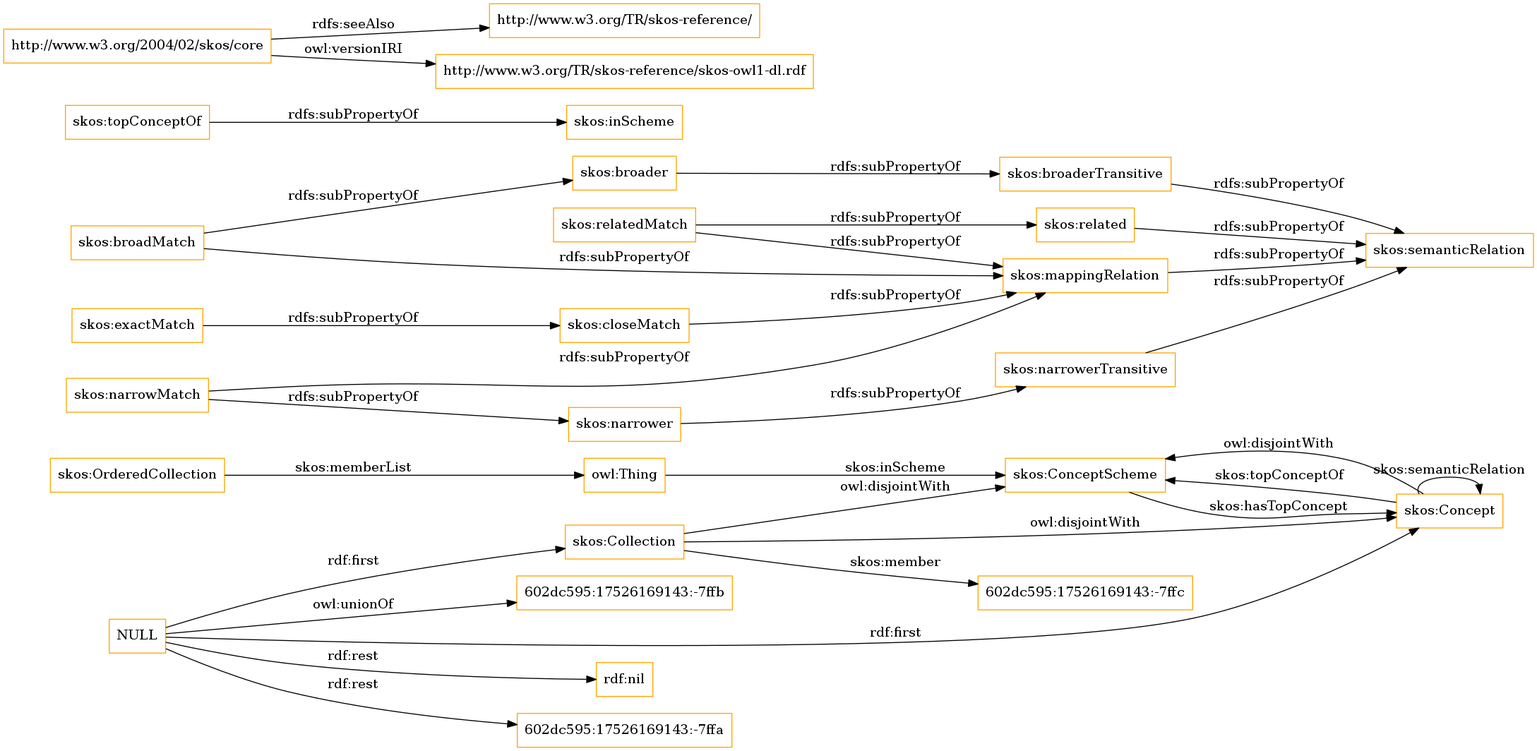
The Graphviz diagram OnToology/imports/skos.owl/diagrams/ar2dtool-class/skos.owl.png in OnToologyUser/core-ontology-1, before a commit. Its source is kept beside it as OnToology/imports/skos.owl/diagrams/ar2dtool-class/skos.owl.png.dot.
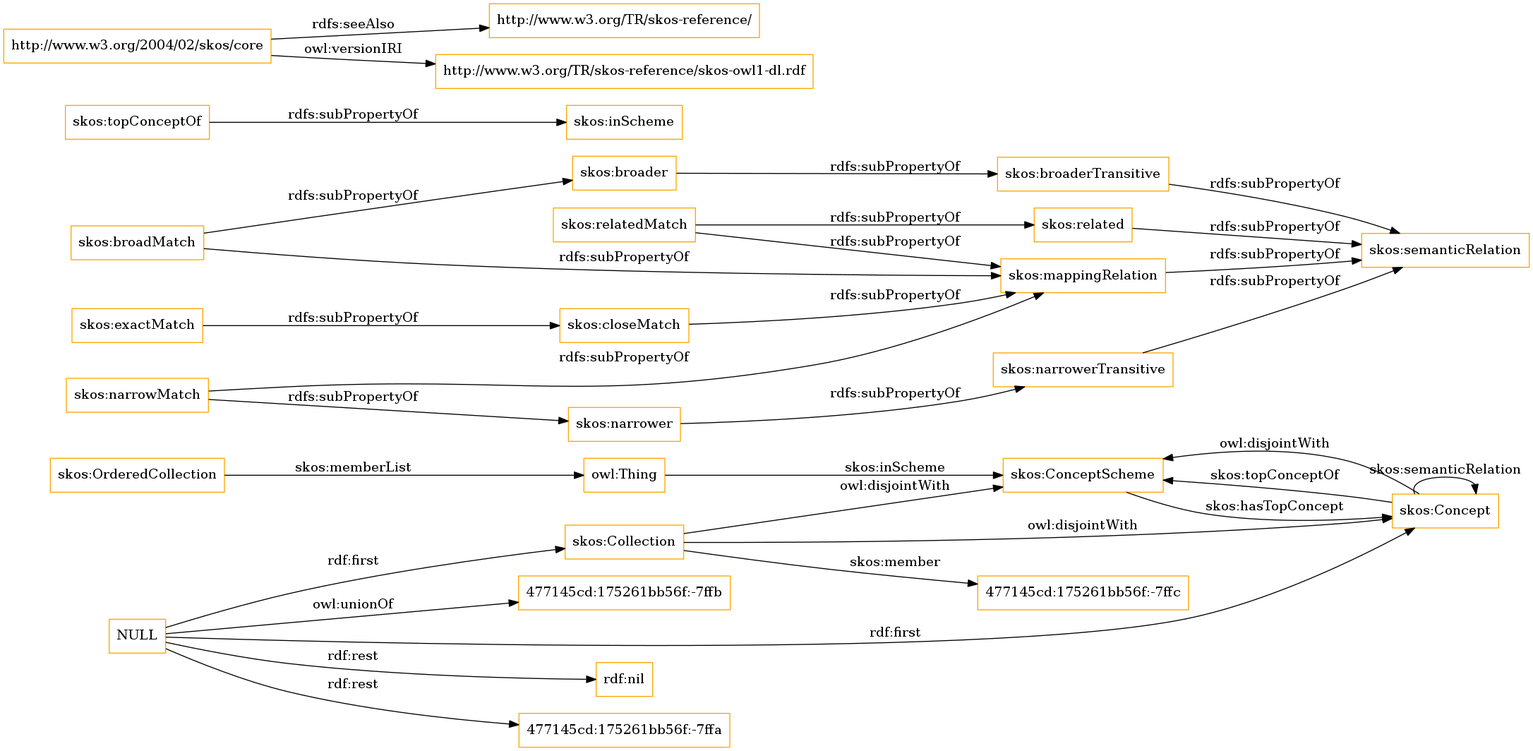
The same diagram one commit later.

The edit, as a diff of the source:
```diff
@@ -1,13 +1,13 @@
 digraph ar2dtool_diagram {
 rankdir=LR;
 size="1501"
-node [shape = rectangle, color="orange"]; "skos:OrderedCollection" "skos:ConceptScheme" "skos:Concept" "skos:Collection" "602dc595:17526169143:-7ffc" ; /*classes style*/
+node [shape = rectangle, color="orange"]; "skos:OrderedCollection" "skos:ConceptScheme" "skos:Concept" "skos:Collection" "477145cd:175261bb56f:-7ffc" ; /*classes style*/
 	"skos:narrowerTransitive" -> "skos:semanticRelation" [ label = "rdfs:subPropertyOf" ];
 	"NULL" -> "rdf:nil" [ label = "rdf:rest" ];
 	"NULL" -> "skos:Concept" [ label = "rdf:first" ];
-	"NULL" -> "602dc595:17526169143:-7ffa" [ label = "rdf:rest" ];
+	"NULL" -> "477145cd:175261bb56f:-7ffa" [ label = "rdf:rest" ];
 	"NULL" -> "skos:Collection" [ label = "rdf:first" ];
-	"NULL" -> "602dc595:17526169143:-7ffb" [ label = "owl:unionOf" ];
+	"NULL" -> "477145cd:175261bb56f:-7ffb" [ label = "owl:unionOf" ];
 	"skos:closeMatch" -> "skos:mappingRelation" [ label = "rdfs:subPropertyOf" ];
 	"skos:Concept" -> "skos:ConceptScheme" [ label = "owl:disjointWith" ];
 	"skos:relatedMatch" -> "skos:related" [ label = "rdfs:subPropertyOf" ];
@@ -30,7 +30,7 @@
 	"skos:OrderedCollection" -> "owl:Thing" [ label = "skos:memberList" ];
 	"skos:Concept" -> "skos:ConceptScheme" [ label = "skos:topConceptOf" ];
 	"skos:Concept" -> "skos:Concept" [ label = "skos:semanticRelation" ];
-	"skos:Collection" -> "602dc595:17526169143:-7ffc" [ label = "skos:member" ];
+	"skos:Collection" -> "477145cd:175261bb56f:-7ffc" [ label = "skos:member" ];
 	"skos:ConceptScheme" -> "skos:Concept" [ label = "skos:hasTopConcept" ];
 	"owl:Thing" -> "skos:ConceptScheme" [ label = "skos:inScheme" ];
 
```
